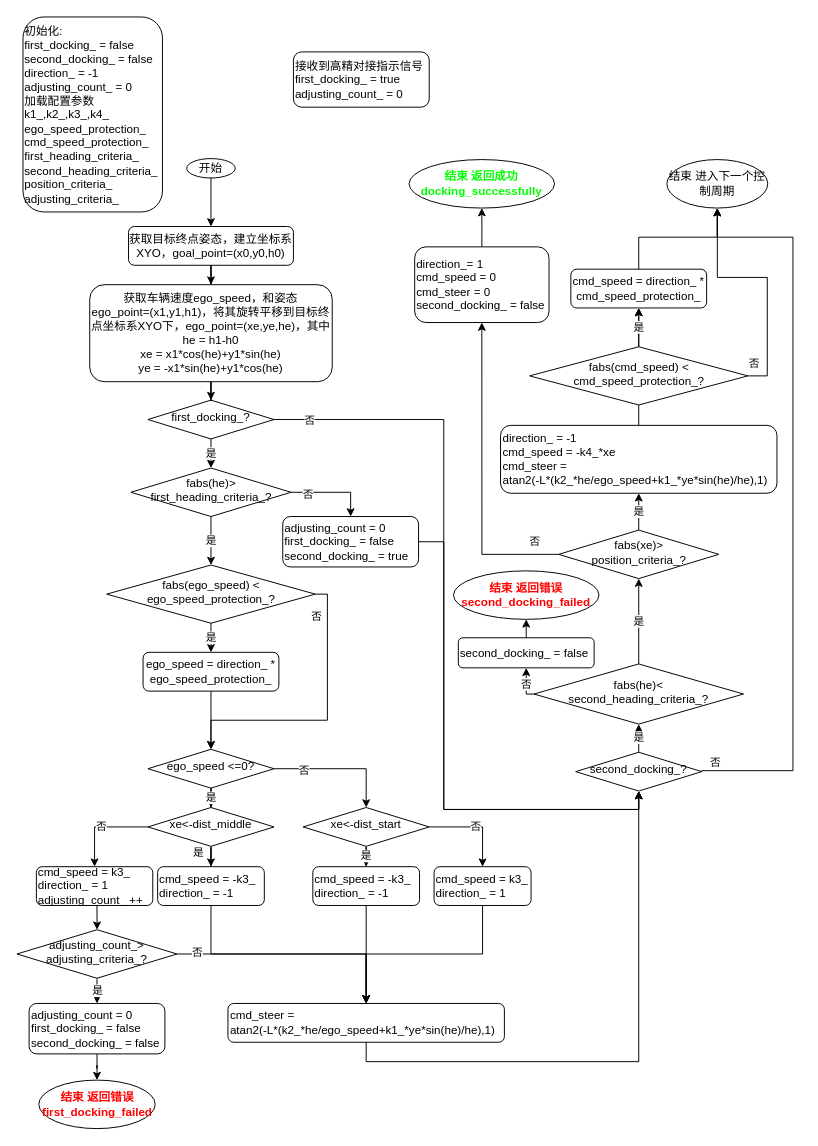
This is page "flowchart" (1 of 2) of precise_docking.drawio from Thousandsuny/Learning, a draw.io file, before an edit. Source tidied: cells renumbered, new cells numbered last; positions are measured from the earlier drawing's top-left corner, leaving out a move shared by most shapes. Both pictures are drawn from the tidied source at 97%, with x=0, y=0 at pixel (16, 16).
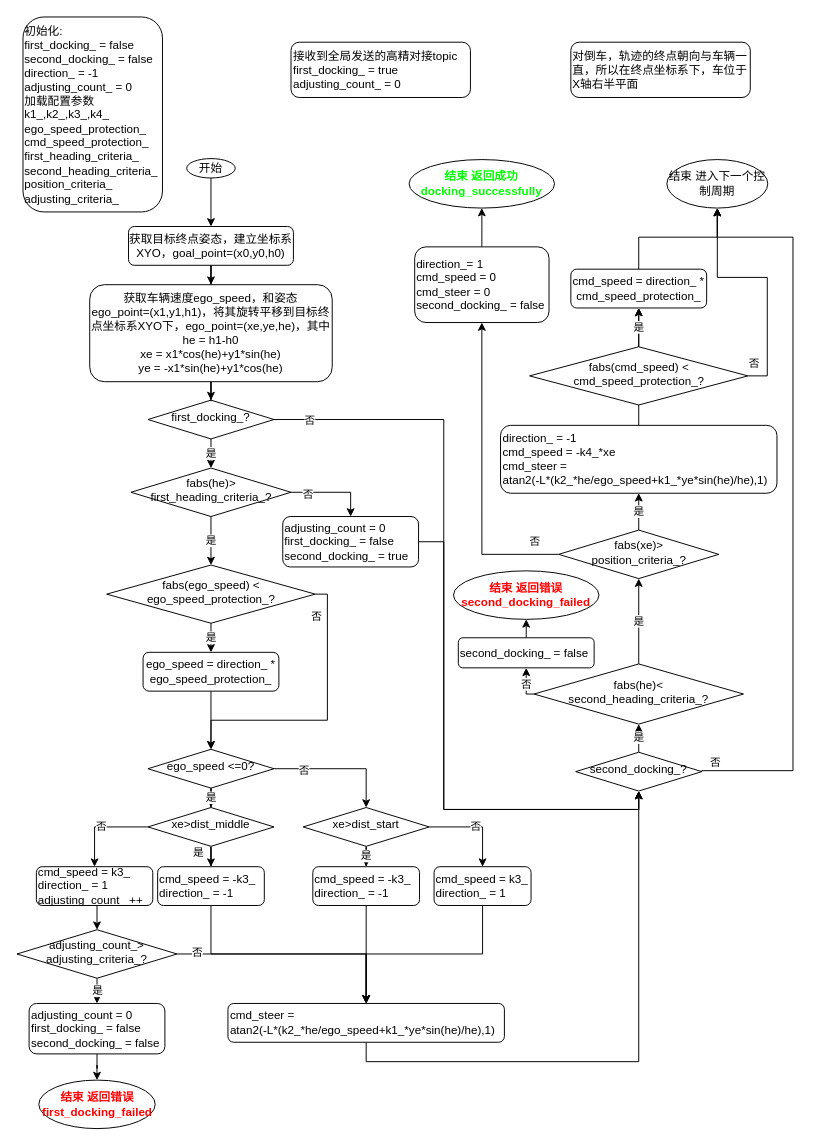
The same page after the edit.

The edit, as a diff of the source:
```diff
@@
-    <mxCell id="21" value="xe&amp;lt;-dist_middle" style="rhombus;whiteSpace=wrap;html=1;shadow=0;fontFamily=Helvetica;fontSize=12;align=center;strokeWidth=1;spacing=6;spacingTop=-4;" parent="1" vertex="1">
+    <mxCell id="21" value="xe&amp;gt;dist_middle" style="rhombus;whiteSpace=wrap;html=1;shadow=0;fontFamily=Helvetica;fontSize=12;align=center;strokeWidth=1;spacing=6;spacingTop=-4;" parent="1" vertex="1">
       <mxGeometry x="135" y="815" width="130" height="40" as="geometry" />
     </mxCell>
@@
-    <mxCell id="26" value="xe&amp;lt;-dist_start" style="rhombus;whiteSpace=wrap;html=1;shadow=0;fontFamily=Helvetica;fontSize=12;align=center;strokeWidth=1;spacing=6;spacingTop=-4;" parent="1" vertex="1">
+    <mxCell id="26" value="xe&amp;gt;dist_start" style="rhombus;whiteSpace=wrap;html=1;shadow=0;fontFamily=Helvetica;fontSize=12;align=center;strokeWidth=1;spacing=6;spacingTop=-4;" parent="1" vertex="1">
       <mxGeometry x="295" y="815" width="130" height="40" as="geometry" />
     </mxCell>
@@
-    <mxCell id="62" value="接收到高精对接指示信号&lt;br&gt;first_docking_ = true&lt;br&gt;adjusting_count_ = 0" style="rounded=1;whiteSpace=wrap;html=1;fontSize=12;glass=0;strokeWidth=1;shadow=0;align=left;" parent="1" vertex="1">
-      <mxGeometry x="285" y="36" width="140" height="57" as="geometry" />
+    <mxCell id="62" value="接收到全局发送的高精对接topic&lt;br&gt;first_docking_ = true&lt;br&gt;adjusting_count_ = 0" style="rounded=1;whiteSpace=wrap;html=1;fontSize=12;glass=0;strokeWidth=1;shadow=0;align=left;" parent="1" vertex="1">
+      <mxGeometry x="282.5" y="26" width="185" height="57" as="geometry" />
     </mxCell>
@@
+    <mxCell id="77" value="对倒车，轨迹的终点朝向与车辆一直，所以在终点坐标系下，车位于X轴右半平面" style="rounded=1;whiteSpace=wrap;html=1;fontSize=12;glass=0;strokeWidth=1;shadow=0;align=left;" parent="1" vertex="1">
+      <mxGeometry x="571" y="26" width="185" height="57" as="geometry" />
+    </mxCell>
```
